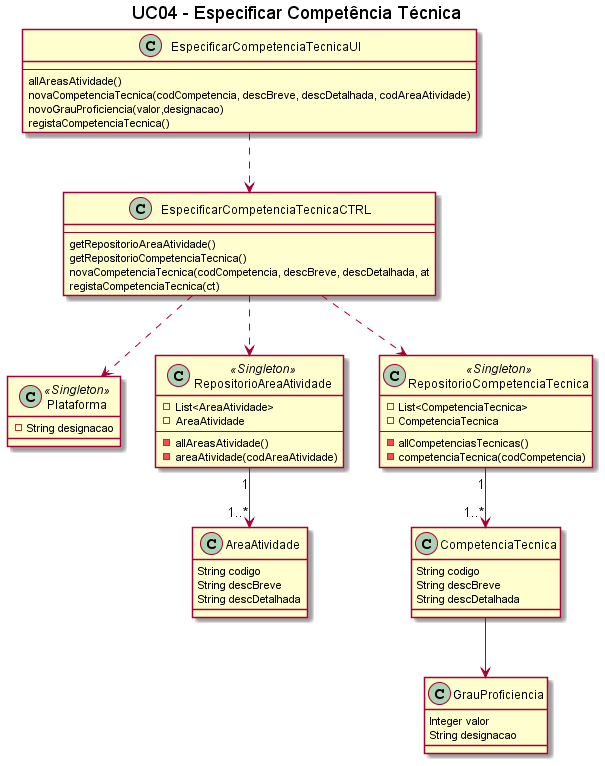
blestonbandeiraUPSKILL/upskill_java1_labprg_grupo2 keeps this PlantUML diagram as Documentação/Sprint 2/UC04_Especificar_Competencia_Tecnica/UC04_Especificar_Competencia_Tecnica_Diagrama_Classes.png. Above is the earlier version.
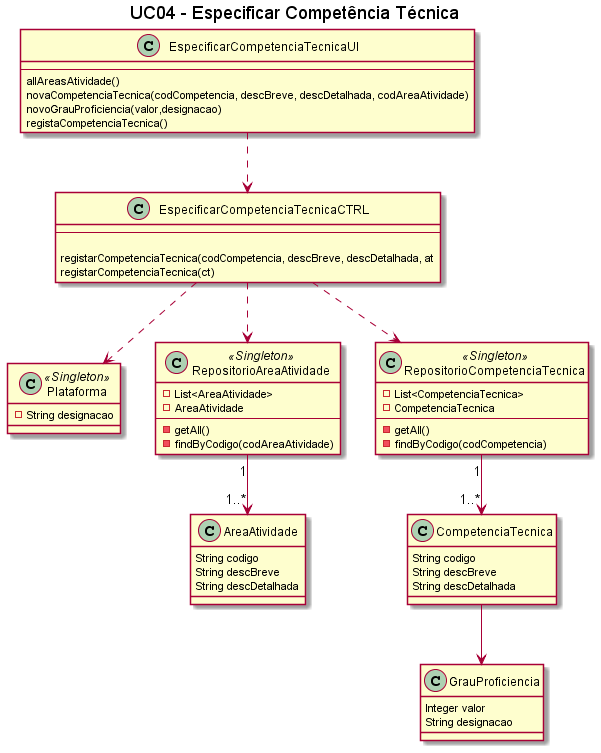
After the change.

What changed in the source:
```diff
@@ -15,10 +15,9 @@
 
 class EspecificarCompetenciaTecnicaCTRL{
     --
-    getRepositorioAreaAtividade()
-    getRepositorioCompetenciaTecnica()
-    novaCompetenciaTecnica(codCompetencia, descBreve, descDetalhada, at
-    registaCompetenciaTecnica(ct)
+
+    registarCompetenciaTecnica(codCompetencia, descBreve, descDetalhada, at
+    registarCompetenciaTecnica(ct)
 }
 
 class AreaAtividade{
@@ -42,16 +41,16 @@
     -List<AreaAtividade>
     -AreaAtividade
     --
-    -allAreasAtividade()
-    -areaAtividade(codAreaAtividade)
+    -getAll()
+    -findByCodigo(codAreaAtividade)
 }
 
 class RepositorioCompetenciaTecnica <<Singleton>>{
     -List<CompetenciaTecnica>
     -CompetenciaTecnica
     --
-    -allCompetenciasTecnicas()
-    -competenciaTecnica(codCompetencia)
+    -getAll()
+    -findByCodigo(codCompetencia)
 }
 
 EspecificarCompetenciaTecnicaUI ..> EspecificarCompetenciaTecnicaCTRL
```
